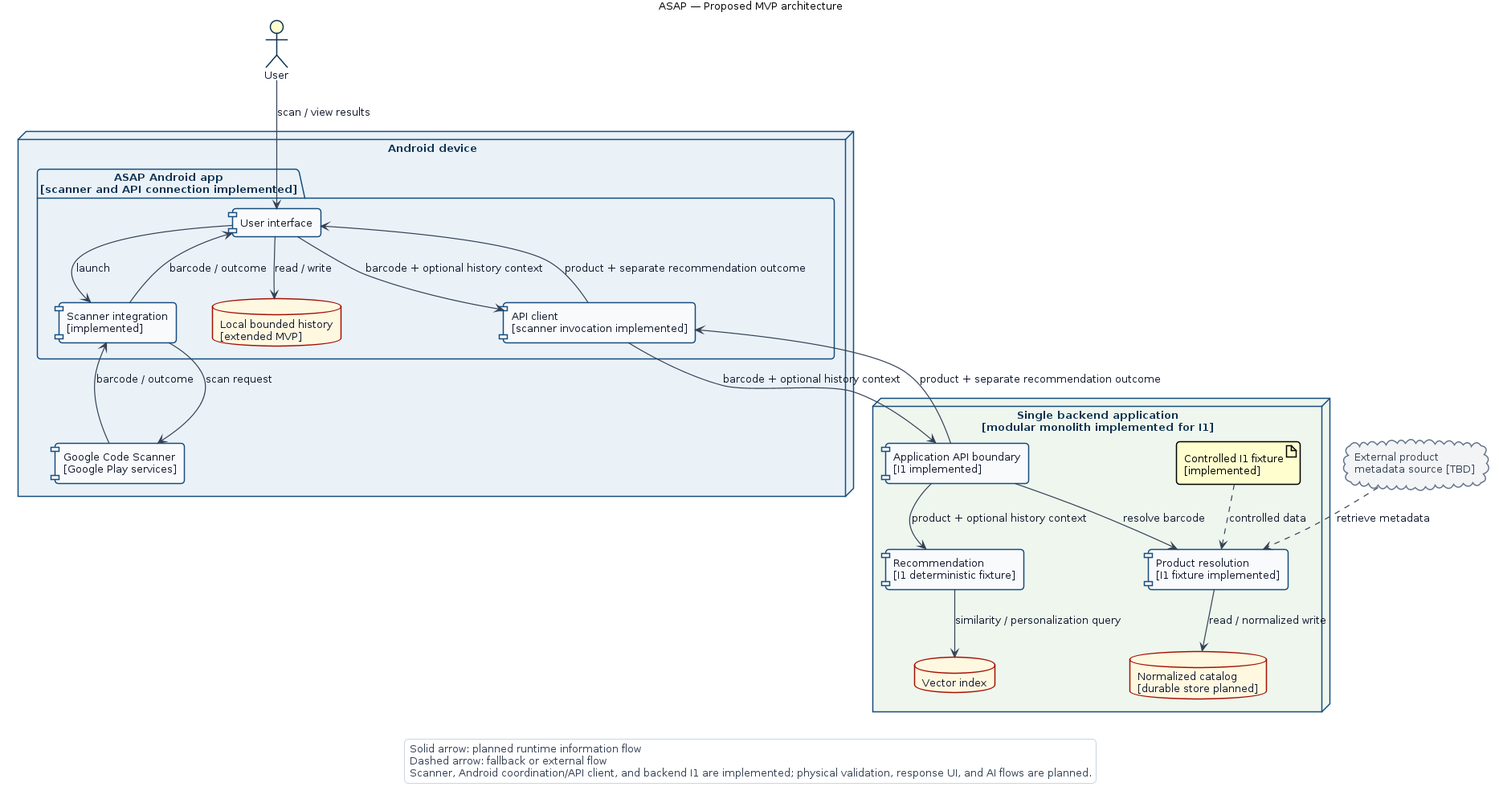
Before: docs/diagrams/rendered/component-architecture.png, a diagram exported from PlantUML (mikelandjelos/asap-app). Its source is kept beside it as docs/diagrams/component-architecture.puml.
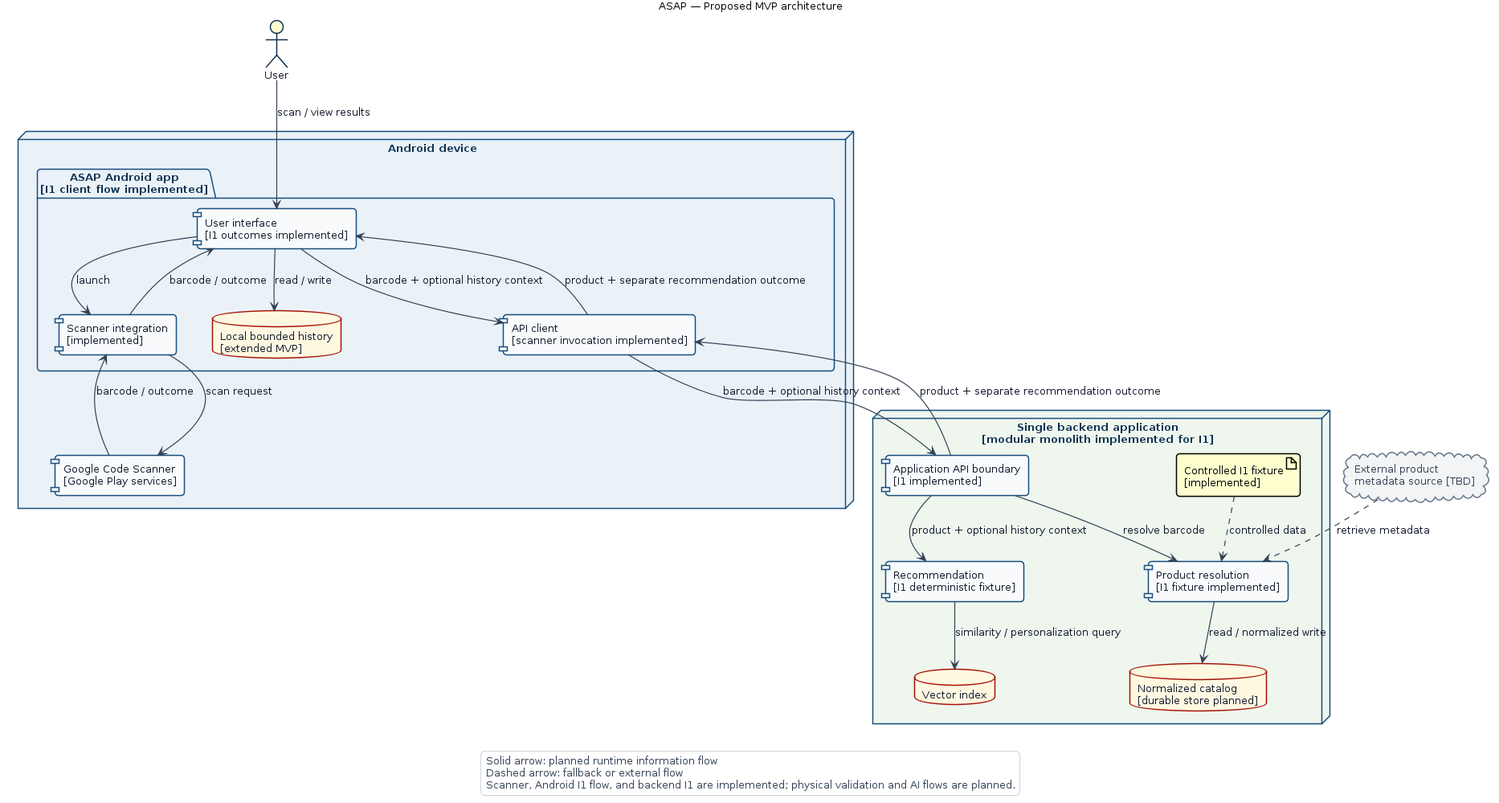
Later version of the same file.

Change to the diagram source:
```diff
@@ -5,8 +5,8 @@
   !define DIAGRAM_TITLE ASAP — Planirana arhitektura MVP-a
   !define USER_LABEL Korisnik
   !define DEVICE_LABEL Android uređaj
-  !define APP_LABEL ASAP Android aplikacija\n[skener i API povezivanje implementirani]
-  !define UI_LABEL Korisnički interfejs
+  !define APP_LABEL ASAP Android aplikacija\n[I1 klijentski tok implementiran]
+  !define UI_LABEL Korisnički interfejs\n[I1 ishodi implementirani]
   !define SCAN_ADAPTER_LABEL Integracija skenera\n[implementirano]
   !define API_CLIENT_LABEL API klijent\n[poziv iz skenera implementiran]
   !define HISTORY_LABEL Lokalna ograničena istorija\n[prošireni MVP]
@@ -34,13 +34,13 @@
   !define FLOW_RESPONSE proizvod + zaseban ishod preporuka
   !define LEGEND_1 Puna strelica: planirani tok tokom rada
   !define LEGEND_2 Isprekidana strelica: rezervni ili eksterni tok
-  !define LEGEND_3 Skener, Android koordinacija/API klijent i backend I1 su implementirani; fizička provera, prikaz odgovora i AI tokovi su planirani.
+  !define LEGEND_3 Skener, Android I1 tok i backend I1 su implementirani; fizička provera i AI tokovi su planirani.
 !else
   !define DIAGRAM_TITLE ASAP — Proposed MVP architecture
   !define USER_LABEL User
   !define DEVICE_LABEL Android device
-  !define APP_LABEL ASAP Android app\n[scanner and API connection implemented]
-  !define UI_LABEL User interface
+  !define APP_LABEL ASAP Android app\n[I1 client flow implemented]
+  !define UI_LABEL User interface\n[I1 outcomes implemented]
   !define SCAN_ADAPTER_LABEL Scanner integration\n[implemented]
   !define API_CLIENT_LABEL API client\n[scanner invocation implemented]
   !define HISTORY_LABEL Local bounded history\n[extended MVP]
@@ -68,7 +68,7 @@
   !define FLOW_RESPONSE product + separate recommendation outcome
   !define LEGEND_1 Solid arrow: planned runtime information flow
   !define LEGEND_2 Dashed arrow: fallback or external flow
-  !define LEGEND_3 Scanner, Android coordination/API client, and backend I1 are implemented; physical validation, response UI, and AI flows are planned.
+  !define LEGEND_3 Scanner, Android I1 flow, and backend I1 are implemented; physical validation and AI flows are planned.
 !endif
 
 title DIAGRAM_TITLE
```
